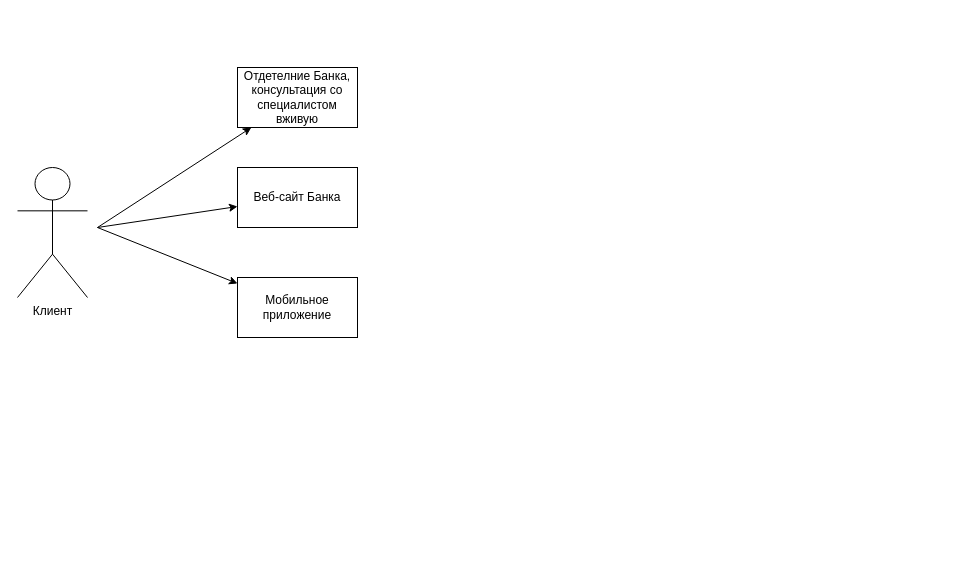
The draw.io diagram draw_io/Untitled Diagram.drawio in MDS-007-52/Draw_io_diagrams, before the edit. Source tidied: cells renumbered, new cells numbered last; positions are measured from the earlier drawing's top-left corner, leaving out a move shared by most shapes. Both pictures are drawn from the tidied source at 100%, with x=0, y=0 at pixel (17, 67).
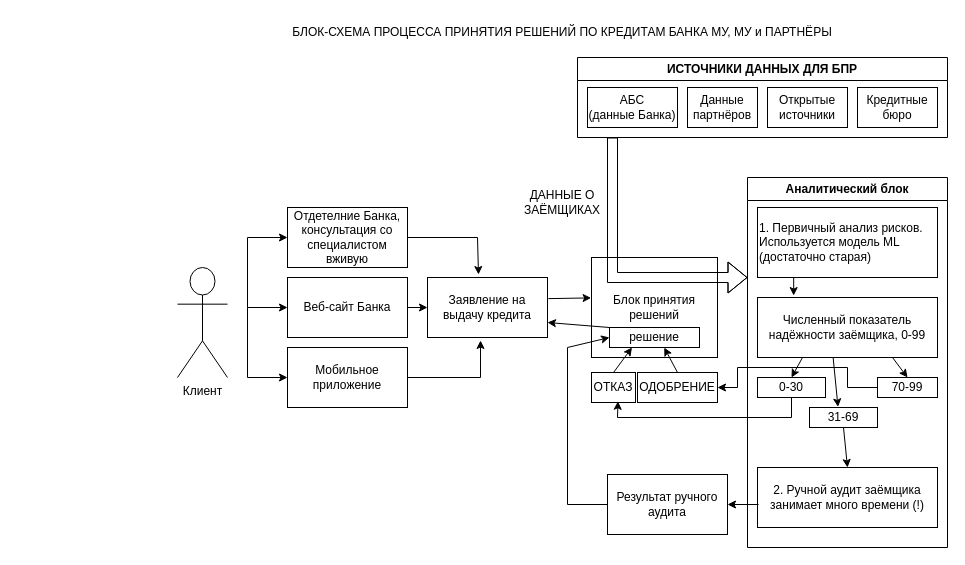
After the change.

Change to the diagram source:
```diff
@@
     <mxCell id="2" value="&lt;div&gt;Клиент&lt;/div&gt;" style="shape=umlActor;verticalLabelPosition=bottom;verticalAlign=top;html=1;" parent="1" vertex="1">
-      <mxGeometry y="100" width="70" height="130" as="geometry" />
+      <mxGeometry x="160" y="200" width="50" height="110" as="geometry" />
     </mxCell>
     <mxCell id="3" style="endArrow=classic;html=1;rounded=0;" parent="1" edge="1" target="7">
       <mxGeometry relative="1" as="geometry">
-        <mxPoint x="80" y="160" as="sourcePoint" />
+        <mxPoint x="230" y="240" as="sourcePoint" />
+        <Array as="points">
+          <mxPoint x="230" y="170" />
+        </Array>
       </mxGeometry>
     </mxCell>
     <mxCell id="4" style="endArrow=classic;html=1;rounded=0;" parent="1" edge="1" target="6">
       <mxGeometry relative="1" as="geometry">
-        <mxPoint x="80" y="160" as="sourcePoint" />
+        <mxPoint x="230" y="240" as="sourcePoint" />
       </mxGeometry>
     </mxCell>
     <mxCell id="5" style="endArrow=classic;html=1;rounded=0;" parent="1" edge="1" target="8">
       <mxGeometry relative="1" as="geometry">
-        <mxPoint x="80" y="160" as="sourcePoint" />
+        <mxPoint x="230" y="240" as="sourcePoint" />
+        <Array as="points">
+          <mxPoint x="230" y="310" />
+        </Array>
       </mxGeometry>
     </mxCell>
     <mxCell id="6" value="Веб-сайт Банка" style="rounded=0;whiteSpace=wrap;html=1;" parent="1" vertex="1">
-      <mxGeometry x="220" y="100" width="120" height="60" as="geometry" />
+      <mxGeometry x="270" y="210" width="120" height="60" as="geometry" />
     </mxCell>
     <mxCell id="7" value="&lt;div&gt;Отдетелние Банка,&lt;/div&gt;&lt;div&gt;консультация со специалистом вживую&lt;br&gt;&lt;/div&gt;" style="rounded=0;whiteSpace=wrap;html=1;" parent="1" vertex="1">
-      <mxGeometry x="220" width="120" height="60" as="geometry" />
+      <mxGeometry x="270" y="140" width="120" height="60" as="geometry" />
     </mxCell>
     <mxCell id="8" value="Мобильное приложение" style="rounded=0;whiteSpace=wrap;html=1;" parent="1" vertex="1">
-      <mxGeometry x="220" y="210" width="120" height="60" as="geometry" />
+      <mxGeometry x="270" y="280" width="120" height="60" as="geometry" />
     </mxCell>
+    <mxCell id="9" style="endArrow=classic;html=1;rounded=0;exitX=1;exitY=0.5;exitDx=0;exitDy=0;" parent="1" edge="1" source="6" target="12">
+      <mxGeometry relative="1" as="geometry" />
+    </mxCell>
+    <mxCell id="10" style="endArrow=classic;html=1;rounded=0;exitX=1;exitY=0.5;exitDx=0;exitDy=0;entryX=0.442;entryY=1.05;entryDx=0;entryDy=0;entryPerimeter=0;" parent="1" edge="1" source="8" target="12">
+      <mxGeometry relative="1" as="geometry">
+        <Array as="points">
+          <mxPoint x="463" y="310" />
+        </Array>
+      </mxGeometry>
+    </mxCell>
+    <mxCell id="11" style="endArrow=classic;html=1;rounded=0;exitX=1;exitY=0.5;exitDx=0;exitDy=0;entryX=0.425;entryY=-0.05;entryDx=0;entryDy=0;entryPerimeter=0;" parent="1" edge="1" source="7" target="12">
+      <mxGeometry relative="1" as="geometry">
+        <Array as="points">
+          <mxPoint x="460" y="170" />
+        </Array>
+      </mxGeometry>
+    </mxCell>
+    <mxCell id="12" value="Заявление на выдачу кредита" style="rounded=0;whiteSpace=wrap;html=1;" parent="1" vertex="1">
+      <mxGeometry x="410" y="210" width="120" height="60" as="geometry" />
+    </mxCell>
+    <mxCell id="13" value="ИСТОЧНИКИ ДАННЫХ ДЛЯ БПР" style="swimlane;whiteSpace=wrap;html=1;" parent="1" vertex="1">
+      <mxGeometry x="560" y="-10" width="370" height="80" as="geometry" />
+    </mxCell>
+    <mxCell id="14" value="&lt;div&gt;АБС&lt;/div&gt;&lt;div&gt;(данные Банка)&lt;br&gt;&lt;/div&gt;" style="rounded=0;whiteSpace=wrap;html=1;" parent="13" vertex="1">
+      <mxGeometry x="10" y="30" width="90" height="40" as="geometry" />
+    </mxCell>
+    <mxCell id="15" value="&lt;div&gt;Данные &lt;br&gt;&lt;/div&gt;&lt;div&gt;партнёров&lt;/div&gt;" style="rounded=0;whiteSpace=wrap;html=1;" parent="13" vertex="1">
+      <mxGeometry x="110" y="30" width="70" height="40" as="geometry" />
+    </mxCell>
+    <mxCell id="16" value="&lt;div&gt;Открытые&lt;/div&gt;&lt;div&gt;источники&lt;br&gt;&lt;/div&gt;" style="rounded=0;whiteSpace=wrap;html=1;" parent="13" vertex="1">
+      <mxGeometry x="190" y="30" width="80" height="40" as="geometry" />
+    </mxCell>
+    <mxCell id="17" value="&lt;div&gt;Кредитные&lt;/div&gt;&lt;div&gt;бюро&lt;br&gt;&lt;/div&gt;" style="rounded=0;whiteSpace=wrap;html=1;" parent="13" vertex="1">
+      <mxGeometry x="280" y="30" width="80" height="40" as="geometry" />
+    </mxCell>
+    <mxCell id="18" style="shape=flexArrow;endArrow=classic;html=1;rounded=0;" parent="1" edge="1">
+      <mxGeometry relative="1" as="geometry">
+        <mxPoint x="595" y="70" as="sourcePoint" />
+        <mxPoint x="730" y="210" as="targetPoint" />
+        <Array as="points">
+          <mxPoint x="595" y="210" />
+        </Array>
+      </mxGeometry>
+    </mxCell>
+    <mxCell id="19" value="ДАННЫЕ О ЗАЁМЩИКАХ" style="text;html=1;strokeColor=none;fillColor=none;align=center;verticalAlign=middle;whiteSpace=wrap;rounded=0;" parent="1" vertex="1">
+      <mxGeometry x="510" y="120" width="70" height="30" as="geometry" />
+    </mxCell>
+    <mxCell id="20" value="Блок принятия решений" style="rounded=0;whiteSpace=wrap;html=1;fillOpacity=0;" parent="1" vertex="1">
+      <mxGeometry x="574" y="190" width="126" height="100" as="geometry" />
+    </mxCell>
+    <mxCell id="21" value="Аналитический блок" style="swimlane;whiteSpace=wrap;html=1;" parent="1" vertex="1">
+      <mxGeometry x="730" y="110" width="200" height="370" as="geometry" />
+    </mxCell>
+    <mxCell id="22" value="1. Первичный анализ рисков. Используется модель ML (достаточно старая)" style="rounded=0;whiteSpace=wrap;html=1;align=left;" parent="21" vertex="1">
+      <mxGeometry x="10" y="30" width="180" height="70" as="geometry" />
+    </mxCell>
+    <mxCell id="23" value="Численный показатель надёжности заёмщика, 0-99" style="rounded=0;whiteSpace=wrap;html=1;" parent="21" vertex="1">
+      <mxGeometry x="10" y="120" width="180" height="60" as="geometry" />
+    </mxCell>
+    <mxCell id="24" style="endArrow=classic;html=1;rounded=0;exitX=0.201;exitY=0.993;exitDx=0;exitDy=0;exitPerimeter=0;entryX=0.201;entryY=-0.032;entryDx=0;entryDy=0;entryPerimeter=0;" parent="21" edge="1" source="22" target="23">
+      <mxGeometry relative="1" as="geometry" />
+    </mxCell>
+    <mxCell id="25" value="0-30" style="rounded=0;whiteSpace=wrap;html=1;" parent="21" vertex="1">
+      <mxGeometry x="10" y="200" width="68" height="20" as="geometry" />
+    </mxCell>
+    <mxCell id="26" value="70-99" style="rounded=0;whiteSpace=wrap;html=1;" parent="21" vertex="1">
+      <mxGeometry x="130" y="200" width="60" height="20" as="geometry" />
+    </mxCell>
+    <mxCell id="27" value="31-69" style="rounded=0;whiteSpace=wrap;html=1;" parent="21" vertex="1">
+      <mxGeometry x="62" y="230" width="68" height="20" as="geometry" />
+    </mxCell>
+    <mxCell id="28" value="&lt;div&gt;2. Ручной аудит заёмщика&lt;br&gt;&lt;/div&gt;&lt;div&gt;занимает много времени (!)&lt;br&gt;&lt;/div&gt;" style="rounded=0;whiteSpace=wrap;html=1;" parent="21" vertex="1">
+      <mxGeometry x="10" y="290" width="180" height="60" as="geometry" />
+    </mxCell>
+    <mxCell id="29" style="endArrow=classic;html=1;rounded=0;exitX=0.5;exitY=1;exitDx=0;exitDy=0;entryX=0.5;entryY=0;entryDx=0;entryDy=0;" parent="21" edge="1" source="27" target="28">
+      <mxGeometry relative="1" as="geometry" />
+    </mxCell>
+    <mxCell id="30" style="endArrow=classic;html=1;rounded=0;exitX=0.25;exitY=1;exitDx=0;exitDy=0;entryX=0.5;entryY=0;entryDx=0;entryDy=0;" parent="21" edge="1" source="23" target="25">
+      <mxGeometry relative="1" as="geometry" />
+    </mxCell>
+    <mxCell id="31" style="endArrow=classic;html=1;rounded=0;exitX=0.42;exitY=0.995;exitDx=0;exitDy=0;exitPerimeter=0;entryX=0.419;entryY=-0.031;entryDx=0;entryDy=0;entryPerimeter=0;" parent="21" edge="1" source="23" target="27">
+      <mxGeometry relative="1" as="geometry" />
+    </mxCell>
+    <mxCell id="32" style="endArrow=classic;html=1;rounded=0;exitX=0.75;exitY=1;exitDx=0;exitDy=0;entryX=0.5;entryY=0;entryDx=0;entryDy=0;" parent="21" edge="1" source="23" target="26">
+      <mxGeometry relative="1" as="geometry" />
+    </mxCell>
+    <mxCell id="33" style="endArrow=classic;html=1;rounded=0;exitX=0.5;exitY=1;exitDx=0;exitDy=0;entryX=0.601;entryY=0.96;entryDx=0;entryDy=0;entryPerimeter=0;" parent="1" edge="1" source="25" target="34">
+      <mxGeometry relative="1" as="geometry">
+        <Array as="points">
+          <mxPoint x="774" y="350" />
+          <mxPoint x="600" y="350" />
+        </Array>
+      </mxGeometry>
+    </mxCell>
+    <mxCell id="34" value="ОТКАЗ" style="rounded=0;whiteSpace=wrap;html=1;" parent="1" vertex="1">
+      <mxGeometry x="574" y="305" width="44" height="30" as="geometry" />
+    </mxCell>
+    <mxCell id="35" style="endArrow=classic;html=1;rounded=0;exitX=0.5;exitY=0;exitDx=0;exitDy=0;entryX=0.25;entryY=1;entryDx=0;entryDy=0;" parent="1" edge="1" source="34" target="43">
+      <mxGeometry relative="1" as="geometry" />
+    </mxCell>
+    <mxCell id="36" style="endArrow=classic;html=1;rounded=0;exitX=0;exitY=0.5;exitDx=0;exitDy=0;entryX=1;entryY=0.5;entryDx=0;entryDy=0;" parent="1" edge="1" source="26" target="37">
+      <mxGeometry relative="1" as="geometry">
+        <Array as="points">
+          <mxPoint x="830" y="320" />
+          <mxPoint x="830" y="300" />
+          <mxPoint x="720" y="300" />
+          <mxPoint x="720" y="320" />
+        </Array>
+      </mxGeometry>
+    </mxCell>
+    <mxCell id="37" value="ОДОБРЕНИЕ" style="rounded=0;whiteSpace=wrap;html=1;" parent="1" vertex="1">
+      <mxGeometry x="620" y="305" width="80" height="30" as="geometry" />
+    </mxCell>
+    <mxCell id="38" style="endArrow=classic;html=1;rounded=0;exitX=0.006;exitY=0.617;exitDx=0;exitDy=0;exitPerimeter=0;" parent="1" edge="1" source="28" target="39">
+      <mxGeometry relative="1" as="geometry" />
+    </mxCell>
+    <mxCell id="39" value="Результат ручного аудита" style="rounded=0;whiteSpace=wrap;html=1;" parent="1" vertex="1">
+      <mxGeometry x="590" y="407" width="120" height="60" as="geometry" />
+    </mxCell>
+    <mxCell id="40" style="endArrow=classic;html=1;rounded=0;exitX=0;exitY=0.5;exitDx=0;exitDy=0;entryX=0;entryY=0.5;entryDx=0;entryDy=0;" parent="1" edge="1" source="39" target="43">
+      <mxGeometry relative="1" as="geometry">
+        <Array as="points">
+          <mxPoint x="550" y="437" />
+          <mxPoint x="550" y="280" />
+        </Array>
+      </mxGeometry>
+    </mxCell>
+    <mxCell id="41" style="endArrow=classic;html=1;rounded=0;exitX=1.007;exitY=0.352;exitDx=0;exitDy=0;exitPerimeter=0;entryX=-0.003;entryY=0.404;entryDx=0;entryDy=0;entryPerimeter=0;" parent="1" edge="1" source="12" target="20">
+      <mxGeometry relative="1" as="geometry" />
+    </mxCell>
+    <mxCell id="42" style="endArrow=classic;html=1;rounded=0;exitX=0.5;exitY=0;exitDx=0;exitDy=0;entryX=0.608;entryY=1.003;entryDx=0;entryDy=0;entryPerimeter=0;" parent="1" edge="1" source="37" target="43">
+      <mxGeometry relative="1" as="geometry" />
+    </mxCell>
+    <mxCell id="43" value="решение" style="rounded=0;whiteSpace=wrap;html=1;" parent="1" vertex="1">
+      <mxGeometry x="592" y="260" width="90" height="20" as="geometry" />
+    </mxCell>
+    <mxCell id="44" style="endArrow=classic;html=1;rounded=0;exitX=0;exitY=0;exitDx=0;exitDy=0;entryX=1;entryY=0.75;entryDx=0;entryDy=0;" parent="1" edge="1" source="43" target="12">
+      <mxGeometry relative="1" as="geometry" />
+    </mxCell>
+    <mxCell id="45" value="БЛОК-СХЕМА ПРОЦЕССА ПРИНЯТИЯ РЕШЕНИЙ ПО КРЕДИТАМ БАНКА МУ, МУ и ПАРТНЁРЫ" style="text;html=1;strokeColor=none;fillColor=none;align=center;verticalAlign=middle;whiteSpace=wrap;rounded=0;" parent="1" vertex="1">
+      <mxGeometry x="250" y="-50" width="590" height="30" as="geometry" />
+    </mxCell>
```
